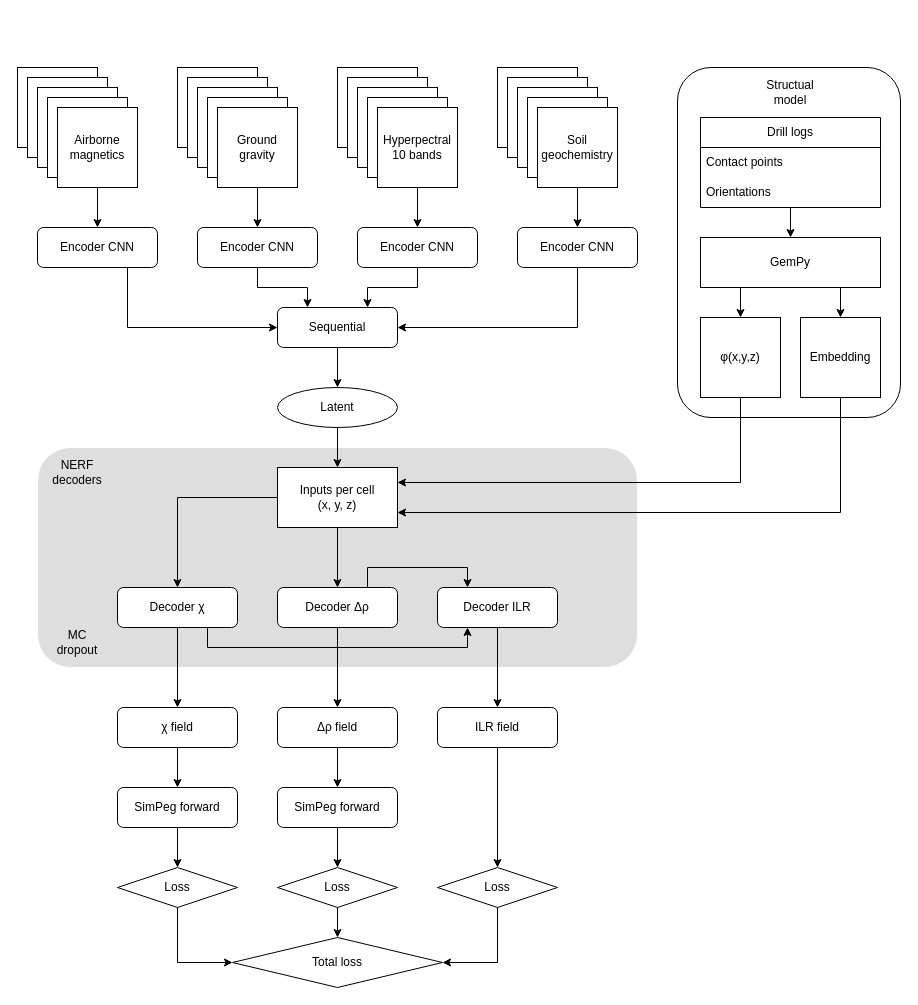
Earlier version of the draw.io diagram architecture.drawio (essicolo/enc-dec). Source tidied: cells renumbered, new cells numbered last; positions are measured from the earlier drawing's top-left corner, leaving out a move shared by most shapes. Both pictures are drawn from the tidied source at 100%, with x=0, y=0 at pixel (17, 17).
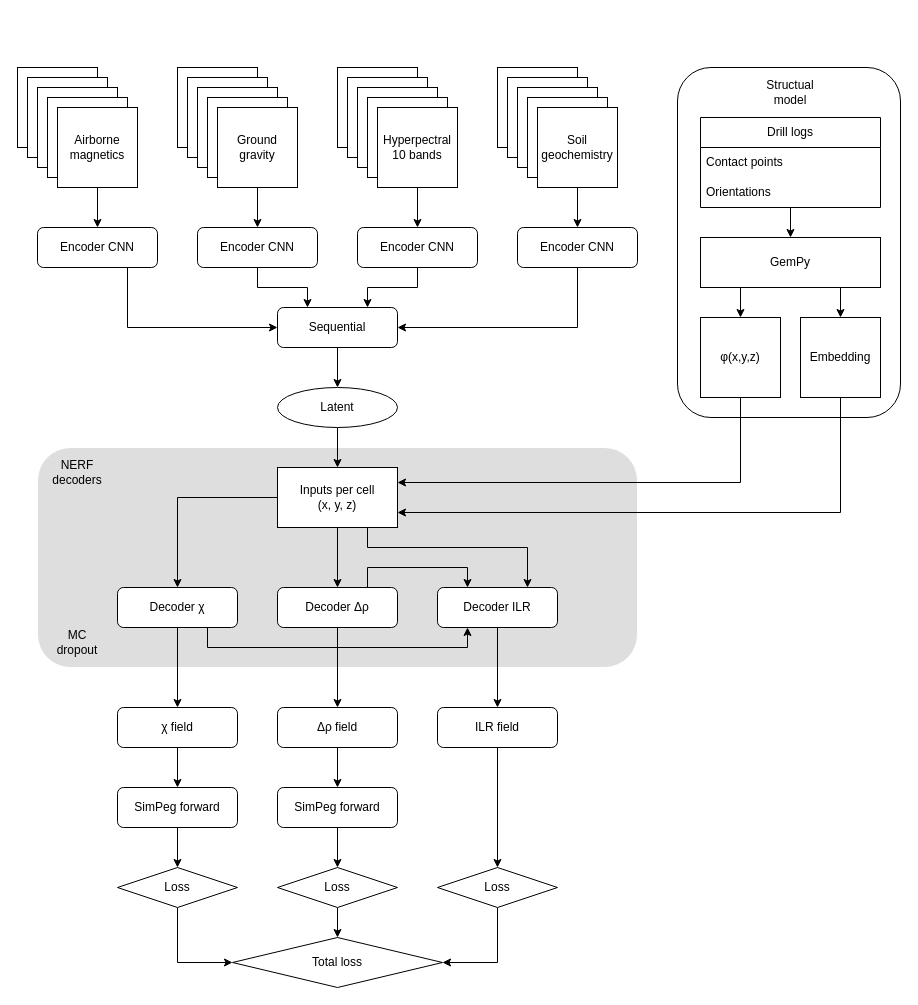
The same diagram, later.

Unchanged cells that the change refers to:
```xml
<mxCell id="33" value="Inputs per cell&lt;div&gt;(x, y, z)&lt;/div&gt;" style="rounded=0;whiteSpace=wrap;html=1;" parent="1" vertex="1">
  <mxGeometry x="260" y="450" width="120" height="60" as="geometry" />
</mxCell>
<mxCell id="42" value="&lt;font style=&quot;font-size: 12px;&quot;&gt;Decoder ILR&lt;/font&gt;" style="rounded=1;whiteSpace=wrap;html=1;" parent="1" vertex="1">
  <mxGeometry x="420" y="570" width="120" height="40" as="geometry" />
</mxCell>
```

Change to the diagram source:
```diff
@@
+    <mxCell id="90" style="edgeStyle=orthogonalEdgeStyle;rounded=0;jettySize=auto;html=1;exitX=0.75;exitY=1;exitDx=0;exitDy=0;entryX=0.75;entryY=0;entryDx=0;entryDy=0;" parent="1" edge="1" source="33" target="42">
+      <mxGeometry relative="1" as="geometry">
+        <Array as="points">
+          <mxPoint x="350" y="530" />
+          <mxPoint x="510" y="530" />
+        </Array>
+      </mxGeometry>
+    </mxCell>
```
